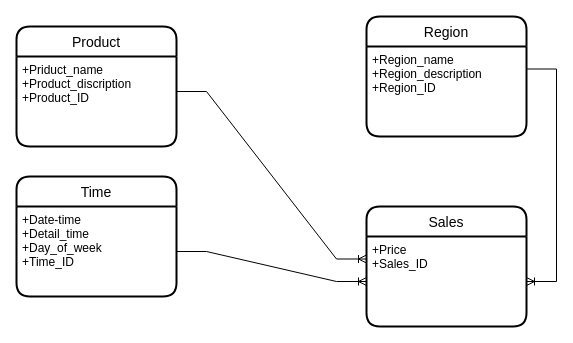
Above: page "Logical" (2 of 3) of Models.drawio in irinapisarchik/Data-analyze (draw.io), before the change. Source tidied: cells renumbered, new cells numbered last; positions are measured from the earlier drawing's top-left corner, leaving out a move shared by most shapes. Both pictures are drawn from the tidied source at 100%, with x=0, y=0 at pixel (16, 16).
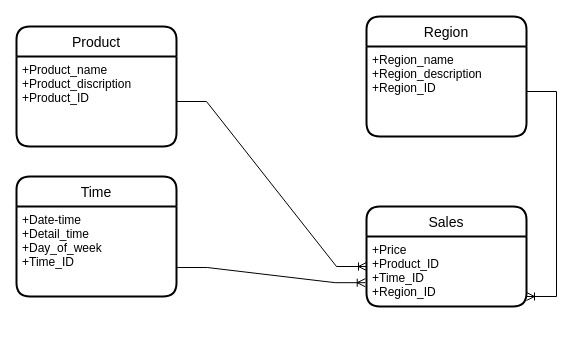
The same diagram, later.

What changed in the source:
```diff
@@
 <mxGraphModel>
   <root>
     <mxCell id="0" />
     <mxCell id="1" parent="0" />
-    <mxCell id="2" style="edgeStyle=entityRelationEdgeStyle;fontSize=12;html=1;endArrow=ERoneToMany;rounded=0;exitX=1;exitY=0.25;exitDx=0;exitDy=0;" parent="1" edge="1" source="10" target="12">
+    <mxCell id="2" style="edgeStyle=entityRelationEdgeStyle;fontSize=12;html=1;endArrow=ERoneToMany;rounded=0;exitX=1;exitY=0.5;exitDx=0;exitDy=0;entryX=1;entryY=0.857;entryDx=0;entryDy=0;entryPerimeter=0;" parent="1" edge="1" source="10" target="12">
       <mxGeometry relative="1" as="geometry" />
     </mxCell>
     <mxCell id="3" value="Time" style="swimlane;horizontal=1;startSize=30;rounded=1;fontSize=14;fontStyle=0;strokeWidth=2;shadow=0;dashed=0;align=center;" parent="1" vertex="1">
       <mxGeometry y="160" width="160" height="120" as="geometry" />
     </mxCell>
     <mxCell id="4" value="+Date-time&#10;+Detail_time&#10;+Day_of_week&#10;+Time_ID" style="align=left;strokeColor=none;fillColor=none;spacingLeft=4;fontSize=12;verticalAlign=top;" parent="3" vertex="1">
       <mxGeometry y="30" width="160" height="90" as="geometry" />
     </mxCell>
     <mxCell id="5" style="align=left;strokeColor=none;fillColor=none;spacingLeft=4;fontSize=12;verticalAlign=top;" parent="3" vertex="1">
       <mxGeometry y="120" width="160" as="geometry" />
     </mxCell>
     <mxCell id="6" style="align=left;strokeColor=none;fillColor=none;spacingLeft=4;fontSize=12;verticalAlign=top;" parent="3" vertex="1">
       <mxGeometry y="120" width="160" as="geometry" />
     </mxCell>
     <mxCell id="7" value="Product" style="swimlane;horizontal=1;startSize=30;rounded=1;fontSize=14;fontStyle=0;strokeWidth=2;shadow=0;dashed=0;align=center;" parent="1" vertex="1">
       <mxGeometry y="10" width="160" height="120" as="geometry" />
     </mxCell>
-    <mxCell id="8" value="+Priduct_name&#10;+Product_discription&#10;+Product_ID" style="align=left;strokeColor=none;fillColor=none;spacingLeft=4;fontSize=12;verticalAlign=top;" parent="7" vertex="1">
+    <mxCell id="8" value="+Product_name&#10;+Product_discription&#10;+Product_ID" style="align=left;strokeColor=none;fillColor=none;spacingLeft=4;fontSize=12;verticalAlign=top;" parent="7" vertex="1">
       <mxGeometry y="30" width="160" height="90" as="geometry" />
     </mxCell>
     <mxCell id="9" value="Region" style="swimlane;horizontal=1;startSize=30;rounded=1;fontSize=14;fontStyle=0;strokeWidth=2;shadow=0;dashed=0;align=center;" parent="1" vertex="1">
       <mxGeometry x="350" width="160" height="120" as="geometry" />
     </mxCell>
     <mxCell id="10" value="+Region_name&#10;+Region_description&#10;+Region_ID" style="align=left;strokeColor=none;fillColor=none;spacingLeft=4;fontSize=12;verticalAlign=top;" parent="9" vertex="1">
       <mxGeometry y="30" width="160" height="90" as="geometry" />
     </mxCell>
     <mxCell id="11" value="Sales" style="swimlane;horizontal=1;startSize=30;rounded=1;fontSize=14;fontStyle=0;strokeWidth=2;shadow=0;dashed=0;align=center;" parent="1" vertex="1">
-      <mxGeometry x="350" y="190" width="160" height="120" as="geometry" />
+      <mxGeometry x="350" y="190" width="160" height="100" as="geometry" />
     </mxCell>
-    <mxCell id="12" value="+Price&#10;+Sales_ID" style="align=left;strokeColor=none;fillColor=none;spacingLeft=4;fontSize=12;verticalAlign=top;" parent="11" vertex="1">
-      <mxGeometry y="30" width="160" height="90" as="geometry" />
+    <mxCell id="12" value="+Price&#10;+Product_ID&#10;+Time_ID&#10;+Region_ID&#10;&#10;" style="align=left;strokeColor=none;fillColor=none;spacingLeft=4;fontSize=12;verticalAlign=top;" parent="11" vertex="1">
+      <mxGeometry y="30" width="160" height="70" as="geometry" />
     </mxCell>
-    <mxCell id="13" style="edgeStyle=entityRelationEdgeStyle;fontSize=12;html=1;endArrow=ERoneToMany;rounded=0;exitX=1;exitY=0.389;exitDx=0;exitDy=0;exitPerimeter=0;entryX=0;entryY=0.25;entryDx=0;entryDy=0;" parent="1" edge="1" source="8" target="12">
-      <mxGeometry relative="1" as="geometry" />
+    <mxCell id="13" style="edgeStyle=entityRelationEdgeStyle;fontSize=12;html=1;endArrow=ERoneToMany;rounded=0;" parent="1" edge="1" source="8">
+      <mxGeometry relative="1" as="geometry">
+        <mxPoint x="350" y="250" as="targetPoint" />
+      </mxGeometry>
     </mxCell>
-    <mxCell id="14" style="edgeStyle=entityRelationEdgeStyle;fontSize=12;html=1;endArrow=ERoneToMany;rounded=0;exitX=1;exitY=0.5;exitDx=0;exitDy=0;entryX=0;entryY=0.5;entryDx=0;entryDy=0;" parent="1" edge="1" source="4" target="12">
+    <mxCell id="14" style="edgeStyle=entityRelationEdgeStyle;fontSize=12;html=1;endArrow=ERoneToMany;rounded=0;entryX=-0.008;entryY=0.66;entryDx=0;entryDy=0;entryPerimeter=0;exitX=1.005;exitY=0.678;exitDx=0;exitDy=0;exitPerimeter=0;" parent="1" edge="1" source="4" target="12">
       <mxGeometry relative="1" as="geometry" />
     </mxCell>
   </root>
 </mxGraphModel>
```
